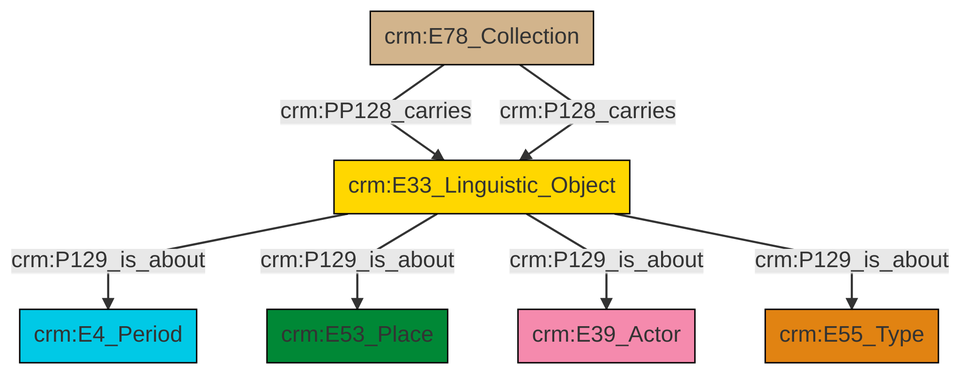
The Mermaid diagram et/archivalCSV/ttl/mmd/png/archival_aboutness.png in swiss-art-research-net/docs.swissartresearch, before a commit. Its source is kept beside it as et/archivalCSV/ttl/mmd/archival_aboutness.ttl.mmd.
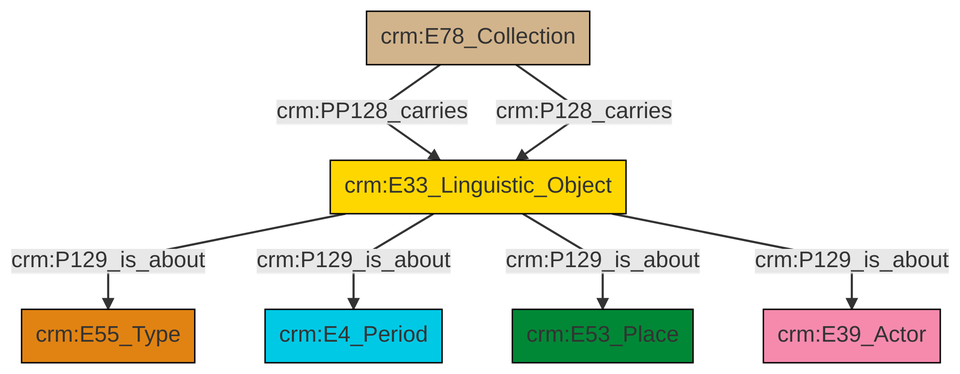
After the commit.

What changed in the source:
```diff
@@ -13,9 +13,9 @@
 classDef PC_Classes fill:#4ce600, stroke:#000000;
 classDef Multi fill:#cccccc,stroke:#000000;
 
-0["crm:E78_Collection"]:::Physical_Thing -->|crm:PP128_carries| 1["crm:E33_Linguistic_Object"]:::Conceptual_Object
-0["crm:E78_Collection"]:::Physical_Thing -->|crm:P128_carries| 1["crm:E33_Linguistic_Object"]:::Conceptual_Object
-1["crm:E33_Linguistic_Object"]:::Conceptual_Object -->|crm:P129_is_about| 2["crm:E4_Period"]:::Temporal_Entity
-1["crm:E33_Linguistic_Object"]:::Conceptual_Object -->|crm:P129_is_about| 3["crm:E53_Place"]:::Place
-1["crm:E33_Linguistic_Object"]:::Conceptual_Object -->|crm:P129_is_about| 7["crm:E39_Actor"]:::Actor
-1["crm:E33_Linguistic_Object"]:::Conceptual_Object -->|crm:P129_is_about| 5["crm:E55_Type"]:::Type
+0["crm:E33_Linguistic_Object"]:::Conceptual_Object -->|crm:P129_is_about| 1["crm:E55_Type"]:::Type
+2["crm:E78_Collection"]:::Physical_Thing -->|crm:PP128_carries| 0["crm:E33_Linguistic_Object"]:::Conceptual_Object
+0["crm:E33_Linguistic_Object"]:::Conceptual_Object -->|crm:P129_is_about| 4["crm:E4_Period"]:::Temporal_Entity
+0["crm:E33_Linguistic_Object"]:::Conceptual_Object -->|crm:P129_is_about| 5["crm:E53_Place"]:::Place
+0["crm:E33_Linguistic_Object"]:::Conceptual_Object -->|crm:P129_is_about| 6["crm:E39_Actor"]:::Actor
+2["crm:E78_Collection"]:::Physical_Thing -->|crm:P128_carries| 0["crm:E33_Linguistic_Object"]:::Conceptual_Object
```
